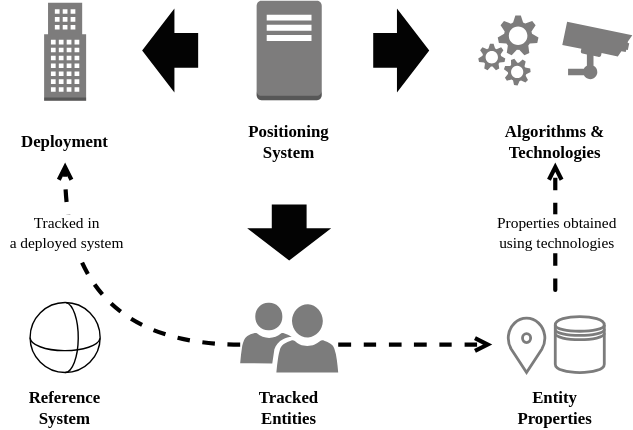
Before: slides/iswc2022/images/architecture.svg, a diagram exported from draw.io (OpenHPS/openhps.org). Source tidied: cells renumbered, new cells last; positions are measured from the earlier drawing's top-left corner, leaving out a move shared by most shapes.
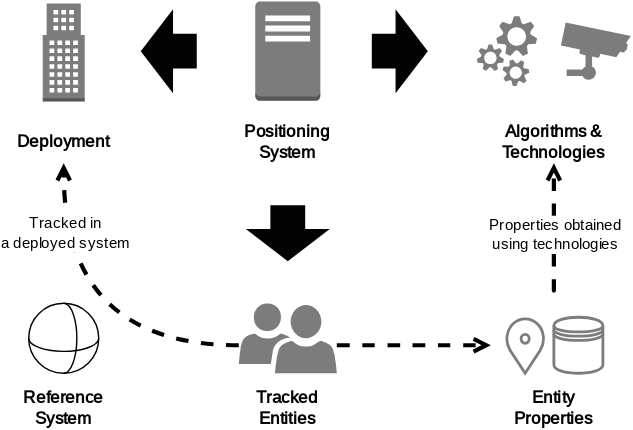
After the commit.

The edit, as a diff of the source:
```diff
@@ -2,34 +2,34 @@
   <root>
     <mxCell id="0" />
     <mxCell id="1" parent="0" />
-    <mxCell id="2" style="dashed=0;verticalLabelPosition=bottom;verticalAlign=top;align=center;html=1;shape=mxgraph.aws3.office_building;fillColor=#7D7C7C;gradientColor=none;fontFamily=Lucida Console;strokeColor=default;" parent="1" vertex="1">
+    <mxCell id="2" style="dashed=0;verticalLabelPosition=bottom;verticalAlign=top;align=center;html=1;shape=mxgraph.aws3.office_building;fillColor=#7D7C7C;gradientColor=none;fontFamily=Inconsolata;strokeColor=default;fontSource=https%3A%2F%2Ffonts.googleapis.com%2Fcss%3Ffamily%3DInconsolata;" parent="1" vertex="1">
       <mxGeometry x="30" y="1.5" width="30" height="70" as="geometry" />
     </mxCell>
-    <mxCell id="3" value="Algorithms &amp;amp; Technologies" style="text;html=1;strokeColor=none;fillColor=none;align=center;verticalAlign=middle;whiteSpace=wrap;rounded=0;fontFamily=Lucida Console;fontStyle=1;" parent="1" vertex="1">
+    <mxCell id="3" value="Algorithms &amp;amp; Technologies" style="text;html=1;strokeColor=none;fillColor=none;align=center;verticalAlign=middle;whiteSpace=wrap;rounded=0;fontFamily=Inconsolata;fontStyle=1;fontSource=https%3A%2F%2Ffonts.googleapis.com%2Fcss%3Ffamily%3DInconsolata;" parent="1" vertex="1">
       <mxGeometry x="340" y="85.5" width="110" height="30" as="geometry" />
     </mxCell>
-    <mxCell id="4" style="verticalLabelPosition=bottom;sketch=0;html=1;fillColor=#7D7C7C;strokeColor=none;verticalAlign=top;align=center;shape=mxgraph.cisco_safe.technology_icons.icon21;fontFamily=Lucida Console;" parent="1" vertex="1">
+    <mxCell id="4" style="verticalLabelPosition=bottom;sketch=0;html=1;fillColor=#7D7C7C;strokeColor=none;verticalAlign=top;align=center;shape=mxgraph.cisco_safe.technology_icons.icon21;fontFamily=Inconsolata;fontSource=https%3A%2F%2Ffonts.googleapis.com%2Fcss%3Ffamily%3DInconsolata;" parent="1" vertex="1">
       <mxGeometry x="340" y="10.5" width="43" height="50" as="geometry" />
     </mxCell>
-    <mxCell id="5" style="verticalLabelPosition=bottom;sketch=0;html=1;fillColor=#7D7C7C;strokeColor=none;verticalAlign=top;align=center;shape=mxgraph.cisco_safe.technology_icons.icon10;fontFamily=Lucida Console;" parent="1" vertex="1">
+    <mxCell id="5" style="verticalLabelPosition=bottom;sketch=0;html=1;fillColor=#7D7C7C;strokeColor=none;verticalAlign=top;align=center;shape=mxgraph.cisco_safe.technology_icons.icon10;fontFamily=Inconsolata;fontSource=https%3A%2F%2Ffonts.googleapis.com%2Fcss%3Ffamily%3DInconsolata;" parent="1" vertex="1">
       <mxGeometry x="400" y="15" width="50" height="41" as="geometry" />
     </mxCell>
-    <mxCell id="6" style="dashed=0;verticalLabelPosition=bottom;verticalAlign=top;align=center;html=1;shape=mxgraph.aws3.traditional_server;fillColor=#7D7C7C;gradientColor=none;fontFamily=Lucida Console;strokeColor=default;" parent="1" vertex="1">
+    <mxCell id="6" style="dashed=0;verticalLabelPosition=bottom;verticalAlign=top;align=center;html=1;shape=mxgraph.aws3.traditional_server;fillColor=#7D7C7C;gradientColor=none;fontFamily=Inconsolata;strokeColor=default;fontSource=https%3A%2F%2Ffonts.googleapis.com%2Fcss%3Ffamily%3DInconsolata;" parent="1" vertex="1">
       <mxGeometry x="181.8" width="46.5" height="71" as="geometry" />
     </mxCell>
-    <mxCell id="7" value="&lt;b&gt;Positioning System&lt;/b&gt;" style="text;html=1;strokeColor=none;fillColor=none;align=center;verticalAlign=middle;whiteSpace=wrap;rounded=0;fontFamily=Lucida Console;" parent="1" vertex="1">
+    <mxCell id="7" value="&lt;b&gt;Positioning System&lt;/b&gt;" style="text;html=1;strokeColor=none;fillColor=none;align=center;verticalAlign=middle;whiteSpace=wrap;rounded=0;fontFamily=Inconsolata;fontSource=https%3A%2F%2Ffonts.googleapis.com%2Fcss%3Ffamily%3DInconsolata;" parent="1" vertex="1">
       <mxGeometry x="160" y="85.5" width="90" height="30" as="geometry" />
     </mxCell>
-    <mxCell id="8" value="&lt;b&gt;Deployment&lt;/b&gt;" style="text;html=1;strokeColor=none;fillColor=none;align=center;verticalAlign=middle;whiteSpace=wrap;rounded=0;fontFamily=Lucida Console;" parent="1" vertex="1">
+    <mxCell id="8" value="&lt;b&gt;Deployment&lt;/b&gt;" style="text;html=1;strokeColor=none;fillColor=none;align=center;verticalAlign=middle;whiteSpace=wrap;rounded=0;fontFamily=Inconsolata;fontSource=https%3A%2F%2Ffonts.googleapis.com%2Fcss%3Ffamily%3DInconsolata;" parent="1" vertex="1">
       <mxGeometry y="85.5" width="90" height="30" as="geometry" />
     </mxCell>
-    <mxCell id="9" style="shape=singleArrow;direction=west;whiteSpace=wrap;html=1;fontFamily=Lucida Console;strokeColor=none;fillColor=#030303;arrowWidth=0.41428604125976565;arrowSize=0.5761917114257813;" parent="1" vertex="1">
+    <mxCell id="9" style="shape=singleArrow;direction=west;whiteSpace=wrap;html=1;fontFamily=Inconsolata;strokeColor=none;fillColor=#030303;arrowWidth=0.41428604125976565;arrowSize=0.5761917114257813;fontSource=https%3A%2F%2Ffonts.googleapis.com%2Fcss%3Ffamily%3DInconsolata;" parent="1" vertex="1">
       <mxGeometry x="100" y="5.5" width="40" height="60" as="geometry" />
     </mxCell>
-    <mxCell id="10" style="shape=singleArrow;direction=west;whiteSpace=wrap;html=1;fontFamily=Lucida Console;strokeColor=none;fillColor=#030303;arrowWidth=0.41428604125976565;arrowSize=0.5761917114257813;rotation=-180;" parent="1" vertex="1">
+    <mxCell id="10" style="shape=singleArrow;direction=west;whiteSpace=wrap;html=1;fontFamily=Inconsolata;strokeColor=none;fillColor=#030303;arrowWidth=0.41428604125976565;arrowSize=0.5761917114257813;rotation=-180;fontSource=https%3A%2F%2Ffonts.googleapis.com%2Fcss%3Ffamily%3DInconsolata;" parent="1" vertex="1">
       <mxGeometry x="265" y="5.5" width="40" height="60" as="geometry" />
     </mxCell>
-    <mxCell id="11" style="edgeStyle=orthogonalEdgeStyle;rounded=0;jettySize=auto;html=1;entryX=0.5;entryY=1;entryDx=0;entryDy=0;fontFamily=Lucida Console;curved=1;strokeWidth=3;dashed=1;endArrow=open;endFill=0;" parent="1" edge="1" target="3">
+    <mxCell id="11" style="edgeStyle=orthogonalEdgeStyle;rounded=0;jettySize=auto;html=1;entryX=0.5;entryY=1;entryDx=0;entryDy=0;fontFamily=Inconsolata;curved=1;strokeWidth=3;dashed=1;endArrow=open;endFill=0;fontSource=https%3A%2F%2Ffonts.googleapis.com%2Fcss%3Ffamily%3DInconsolata;" parent="1" edge="1" target="3">
       <mxGeometry relative="1" as="geometry">
         <mxPoint x="395" y="205.5" as="sourcePoint" />
         <Array as="points">
@@ -42,7 +42,7 @@
         <mxPoint x="27" y="22" as="offset" />
       </mxGeometry>
     </mxCell>
-    <mxCell id="13" style="edgeStyle=orthogonalEdgeStyle;rounded=0;jettySize=auto;html=1;entryX=0.5;entryY=1;entryDx=0;entryDy=0;fontFamily=Lucida Console;curved=1;strokeWidth=3;dashed=1;endArrow=open;endFill=0;" parent="1" edge="1" source="15" target="8">
+    <mxCell id="13" style="edgeStyle=orthogonalEdgeStyle;rounded=0;jettySize=auto;html=1;entryX=0.5;entryY=1;entryDx=0;entryDy=0;fontFamily=Inconsolata;curved=1;strokeWidth=3;dashed=1;endArrow=open;endFill=0;fontSource=https%3A%2F%2Ffonts.googleapis.com%2Fcss%3Ffamily%3DInconsolata;" parent="1" edge="1" source="15" target="8">
       <mxGeometry relative="1" as="geometry">
         <Array as="points">
           <mxPoint x="45" y="245.5" />
@@ -54,25 +54,25 @@
         <mxPoint x="-21" y="-37" as="offset" />
       </mxGeometry>
     </mxCell>
-    <mxCell id="15" style="sketch=0;shadow=0;dashed=0;html=1;strokeColor=none;labelPosition=center;verticalLabelPosition=bottom;verticalAlign=top;align=center;fillColor=#7c7c7c;shape=mxgraph.mscae.intune.user_group;fontFamily=Lucida Console;" parent="1" vertex="1">
+    <mxCell id="15" style="sketch=0;shadow=0;dashed=0;html=1;strokeColor=none;labelPosition=center;verticalLabelPosition=bottom;verticalAlign=top;align=center;fillColor=#7c7c7c;shape=mxgraph.mscae.intune.user_group;fontFamily=Inconsolata;fontSource=https%3A%2F%2Ffonts.googleapis.com%2Fcss%3Ffamily%3DInconsolata;" parent="1" vertex="1">
       <mxGeometry x="170" y="215.5" width="70" height="50" as="geometry" />
     </mxCell>
-    <mxCell id="16" style="shape=singleArrow;direction=west;whiteSpace=wrap;html=1;fontFamily=Lucida Console;strokeColor=none;fillColor=#030303;arrowWidth=0.41428604125976565;arrowSize=0.5761917114257813;rotation=-90;" parent="1" vertex="1">
+    <mxCell id="16" style="shape=singleArrow;direction=west;whiteSpace=wrap;html=1;fontFamily=Inconsolata;strokeColor=none;fillColor=#030303;arrowWidth=0.41428604125976565;arrowSize=0.5761917114257813;rotation=-90;fontSource=https%3A%2F%2Ffonts.googleapis.com%2Fcss%3Ffamily%3DInconsolata;" parent="1" vertex="1">
       <mxGeometry x="185" y="135.5" width="40" height="60" as="geometry" />
     </mxCell>
-    <mxCell id="17" value="&lt;b&gt;Tracked&lt;br&gt;Entities&lt;br&gt;&lt;/b&gt;" style="text;html=1;strokeColor=none;fillColor=none;align=center;verticalAlign=middle;whiteSpace=wrap;rounded=0;fontFamily=Lucida Console;" parent="1" vertex="1">
+    <mxCell id="17" value="&lt;b&gt;Tracked&lt;br&gt;Entities&lt;br&gt;&lt;/b&gt;" style="text;html=1;strokeColor=none;fillColor=none;align=center;verticalAlign=middle;whiteSpace=wrap;rounded=0;fontFamily=Inconsolata;fontSource=https%3A%2F%2Ffonts.googleapis.com%2Fcss%3Ffamily%3DInconsolata;" parent="1" vertex="1">
       <mxGeometry x="160" y="275.5" width="90" height="30" as="geometry" />
     </mxCell>
-    <mxCell id="18" style="html=1;verticalLabelPosition=bottom;align=center;labelBackgroundColor=#ffffff;verticalAlign=top;strokeWidth=2;strokeColor=#7C7C7C;shadow=0;dashed=0;shape=mxgraph.ios7.icons.location;fillColor=none;fontFamily=Lucida Console;" parent="1" vertex="1">
+    <mxCell id="18" style="html=1;verticalLabelPosition=bottom;align=center;labelBackgroundColor=#ffffff;verticalAlign=top;strokeWidth=2;strokeColor=#7C7C7C;shadow=0;dashed=0;shape=mxgraph.ios7.icons.location;fillColor=none;fontFamily=Inconsolata;fontSource=https%3A%2F%2Ffonts.googleapis.com%2Fcss%3Ffamily%3DInconsolata;" parent="1" vertex="1">
       <mxGeometry x="360" y="225.5" width="29" height="40" as="geometry" />
     </mxCell>
-    <mxCell id="19" style="shape=datastore;whiteSpace=wrap;html=1;strokeColor=#7C7C7C;fillColor=none;strokeWidth=2;fontFamily=Lucida Console;" parent="1" vertex="1">
+    <mxCell id="19" style="shape=datastore;whiteSpace=wrap;html=1;strokeColor=#7C7C7C;fillColor=none;strokeWidth=2;fontFamily=Inconsolata;fontSource=https%3A%2F%2Ffonts.googleapis.com%2Fcss%3Ffamily%3DInconsolata;" parent="1" vertex="1">
       <mxGeometry x="395" y="225.5" width="35" height="40" as="geometry" />
     </mxCell>
-    <mxCell id="20" value="&lt;b&gt;Entity Properties&lt;/b&gt;" style="text;html=1;strokeColor=none;fillColor=none;align=center;verticalAlign=middle;whiteSpace=wrap;rounded=0;fontFamily=Lucida Console;" parent="1" vertex="1">
+    <mxCell id="20" value="&lt;b&gt;Entity Properties&lt;/b&gt;" style="text;html=1;strokeColor=none;fillColor=none;align=center;verticalAlign=middle;whiteSpace=wrap;rounded=0;fontFamily=Inconsolata;fontSource=https%3A%2F%2Ffonts.googleapis.com%2Fcss%3Ffamily%3DInconsolata;" parent="1" vertex="1">
       <mxGeometry x="350" y="275.5" width="90" height="30" as="geometry" />
     </mxCell>
-    <mxCell id="21" style="edgeStyle=orthogonalEdgeStyle;rounded=0;orthogonalLoop=1;jettySize=auto;html=1;fontFamily=Lucida Console;curved=1;strokeWidth=3;dashed=1;endArrow=open;endFill=0;" parent="1" edge="1">
+    <mxCell id="21" style="edgeStyle=orthogonalEdgeStyle;rounded=0;orthogonalLoop=1;jettySize=auto;html=1;fontFamily=Inconsolata;curved=1;strokeWidth=3;dashed=1;endArrow=open;endFill=0;fontSource=https%3A%2F%2Ffonts.googleapis.com%2Fcss%3Ffamily%3DInconsolata;" parent="1" edge="1">
       <mxGeometry relative="1" as="geometry">
         <mxPoint x="240" y="245.5" as="sourcePoint" />
         <mxPoint x="350" y="245.5" as="targetPoint" />
@@ -82,10 +82,10 @@
         </Array>
       </mxGeometry>
     </mxCell>
-    <mxCell id="22" value="&lt;b&gt;Reference&lt;br&gt;System&lt;br&gt;&lt;/b&gt;" style="text;html=1;strokeColor=none;fillColor=none;align=center;verticalAlign=middle;whiteSpace=wrap;rounded=0;fontFamily=Lucida Console;" parent="1" vertex="1">
+    <mxCell id="22" value="&lt;b&gt;Reference&lt;br&gt;System&lt;br&gt;&lt;/b&gt;" style="text;html=1;strokeColor=none;fillColor=none;align=center;verticalAlign=middle;whiteSpace=wrap;rounded=0;fontFamily=Inconsolata;fontSource=https%3A%2F%2Ffonts.googleapis.com%2Fcss%3Ffamily%3DInconsolata;" parent="1" vertex="1">
       <mxGeometry y="275.5" width="90" height="30" as="geometry" />
     </mxCell>
-    <mxCell id="23" style="group;fontFamily=Lucida Console;" parent="1" vertex="1">
+    <mxCell id="23" style="group;fontFamily=Inconsolata;fontSource=https%3A%2F%2Ffonts.googleapis.com%2Fcss%3Ffamily%3DInconsolata;" parent="1" vertex="1">
       <mxGeometry x="20" y="215.5" width="50" height="50" as="geometry" />
     </mxCell>
     <mxCell id="24" style="ellipse;whiteSpace=wrap;html=1;fontFamily=Inconsolata;fontSource=https%3A%2F%2Ffonts.googleapis.com%2Fcss%3Ffamily%3DInconsolata;" parent="23" vertex="1">
```
